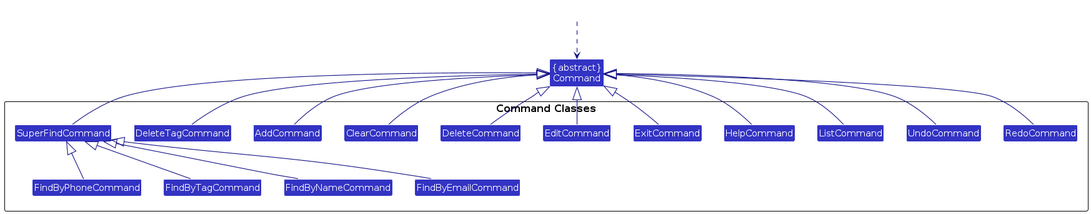
Above: diagrams/CommandClasses.png in AY2425S1-CS2103T-F14a-4/tp (PlantUML), before the change. Its source is kept beside it as diagrams/CommandClasses.puml.
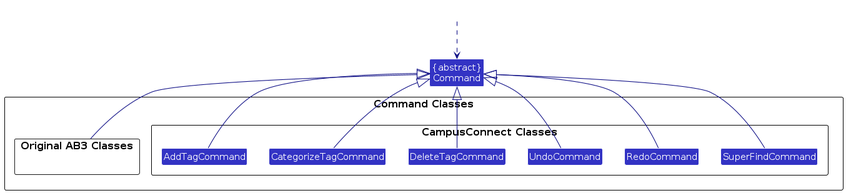
Later version of the same file.

What changed in the source:
```diff
@@ -8,68 +8,36 @@
 Class HiddenOutside #FFFFFF
 
 package "Command Classes" as CommandClasses {
-    together {
-        Class "SuperFindCommand" as AFC
-        Class "AddCommand" as AC
-        Class "ClearCommand" as CC
-        Class "DeleteCommand" as DC
+    package "Original AB3 Classes" as OAC {
+    }
+
+    package "CampusConnect Classes" {
+        Class "AddTagCommand" as ATC
+        Class "CategorizeTagCommand" as CTC
         Class "DeleteTagCommand" as DTC
-        Class "EditCommand" as EdC
-        Class "ExitCommand" as ExC
-        Class "FindByEmailCommand" as FEC
-        Class "FindByNameCommand" as FNC
-        Class "FindByTagCommand" as FTC
-        Class "FindByPhoneCommand" as FPC
-        Class "HelpCommand" as HC
-        Class "ListCommand" as LC
         Class "UndoCommand" as UC
         Class "RedoCommand" as RC
+        Class "SuperFindCommand" as SFC
     }
 }
 HiddenOutside ..> Command
 
-AFC -u-|> Command
-AFC -[hidden]right- AC
-FEC -u-|> AFC
-FNC -u-|> AFC
-FTC -u-|> AFC
-FPC -u-|> AFC
+ATC -u-|> Command
+ATC -[hidden]right CTC
 
-AC -u-|> Command
-AC -[hidden]right- CC
-FEC -[hidden]u- AC
-
-CC -u-|> Command
-CC -[hidden]right- DC
-FEC -[hidden]u- CC
-
-DC -u-|> Command
-DC -[hidden]right- EdC
-FEC -[hidden]u- DC
+CTC -u-|> Command
+CTC -[hidden]right DTC
 
 DTC -u-|> Command
-FEC -[hidden]u- DTC
-
-EdC -u-|> Command
-EdC -[hidden]right- ExC
-FEC -[hidden]u- EdC
-
-ExC -u-|> Command
-ExC -[hidden]right- HC
-FEC -[hidden]u- ExC
-
-HC -u-|> Command
-HC -[hidden]right- LC
-FEC -[hidden]u- HC
-
-LC -u-|> Command
-LC -[hidden]right UC
-FEC -[hidden]u- LC
+DTC -[hidden]right UC
 
 UC -u-|> Command
 UC -[hidden]right RC
-FEC -[hidden]u- UC
 
 RC -u-|> Command
-FEC -[hidden]u- RC
+RC -[hidden]right SFC
+
+SFC -u-|> Command
+
+OAC -u|> Command
 @enduml
```
